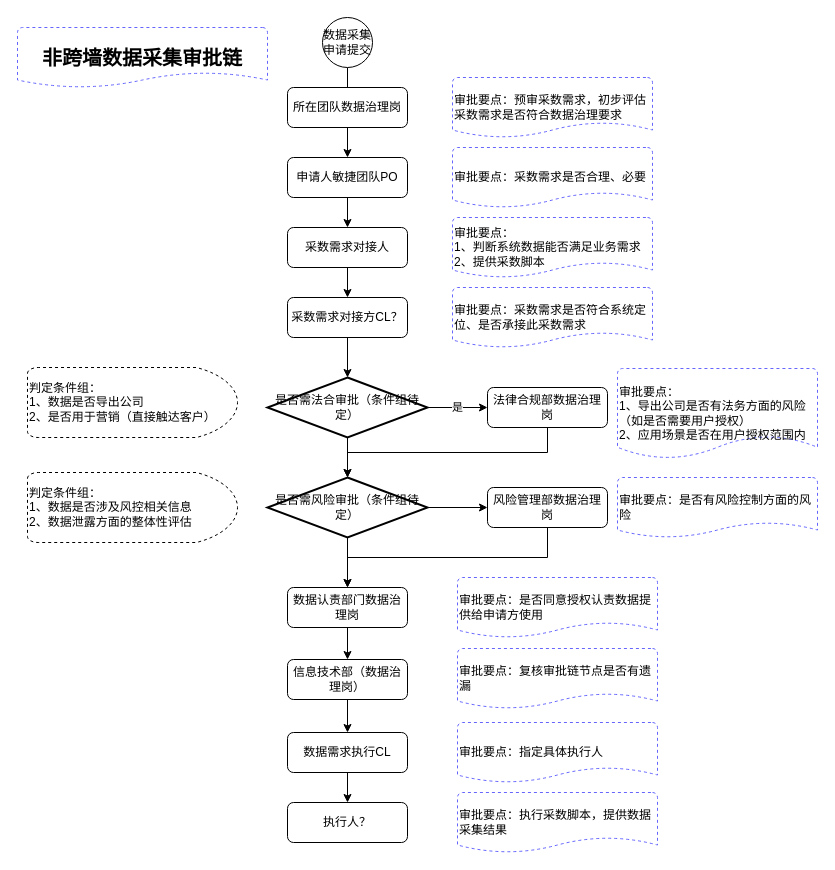
Before: 数据授权.drawio in sidonghua/wuziqi, a draw.io diagram. Source tidied: cells renumbered, new cells numbered last; positions are measured from the earlier drawing's top-left corner, leaving out a move shared by most shapes. Both pictures are drawn from the tidied source at 100%, with x=0, y=0 at pixel (17, 17).
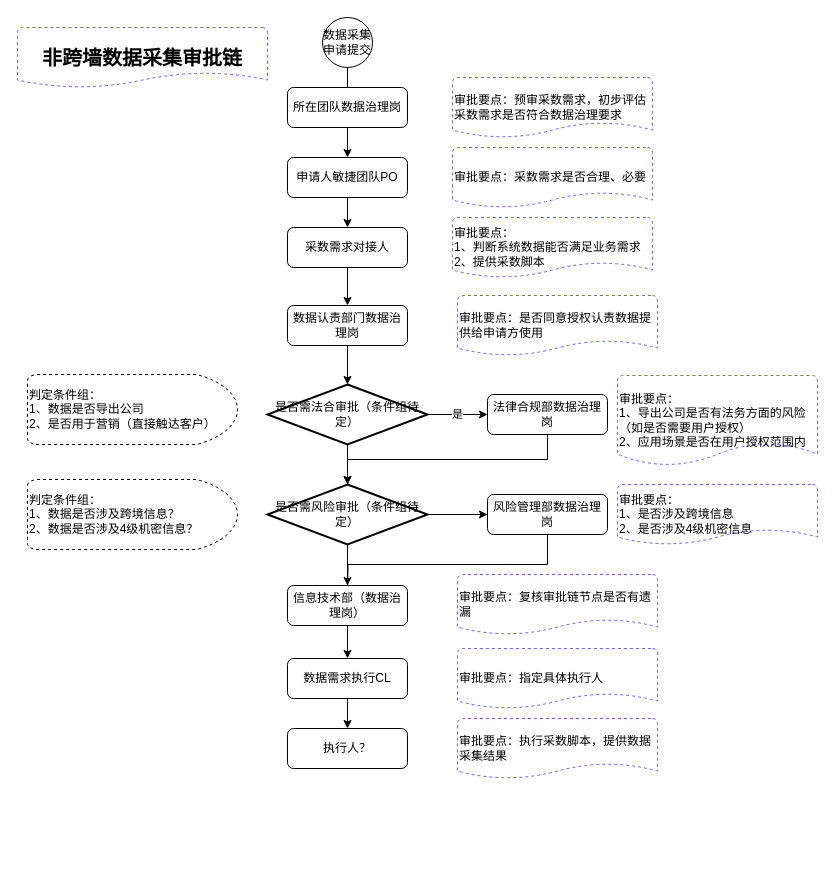
After the change.

Unchanged cells that the change refers to:
```xml
<mxCell id="5" value="&lt;span&gt;采数需求对接人&lt;/span&gt;" style="rounded=1;whiteSpace=wrap;html=1;" parent="1" vertex="1">
  <mxGeometry x="270" y="210" width="120" height="40" as="geometry" />
</mxCell>
```

Diff of the diagram source:
```diff
@@
-    <mxCell id="4" style="edgeStyle=orthogonalEdgeStyle;rounded=0;jettySize=auto;html=1;exitX=0.5;exitY=1;exitDx=0;exitDy=0;entryX=0.5;entryY=0;entryDx=0;entryDy=0;" parent="1" edge="1" source="5" target="7">
-      <mxGeometry relative="1" as="geometry" />
-    </mxCell>
+    <mxCell id="41" style="edgeStyle=orthogonalEdgeStyle;rounded=0;jettySize=auto;html=1;exitX=0.5;exitY=1;exitDx=0;exitDy=0;entryX=0.5;entryY=0;entryDx=0;entryDy=0;" parent="1" edge="1" source="5" target="29">
+      <mxGeometry relative="1" as="geometry" />
+    </mxCell>
@@
-    <mxCell id="6" style="edgeStyle=orthogonalEdgeStyle;rounded=0;jettySize=auto;html=1;entryX=0.5;entryY=0;entryDx=0;entryDy=0;entryPerimeter=0;" parent="1" edge="1" source="7" target="18">
-      <mxGeometry relative="1" as="geometry" />
-    </mxCell>
-    <mxCell id="7" value="采数需求对接方CL？" style="rounded=1;whiteSpace=wrap;html=1;" parent="1" vertex="1">
-      <mxGeometry x="270" y="280" width="120" height="40" as="geometry" />
-    </mxCell>
@@
-    <mxCell id="12" value="审批要点：采数需求是否符合系统定位、是否承接此采数需求" style="strokeWidth=1;html=1;shape=mxgraph.flowchart.document2;whiteSpace=wrap;size=0.25;strokeColor=#6666FF;align=left;dashed=1;" parent="1" vertex="1">
-      <mxGeometry x="435" y="270" width="200" height="60" as="geometry" />
-    </mxCell>
@@
     <mxCell id="14" value="法律合规部数据治理岗" style="rounded=1;whiteSpace=wrap;html=1;" parent="1" vertex="1">
-      <mxGeometry x="470" y="370" width="120" height="40" as="geometry" />
+      <mxGeometry x="470" y="377" width="120" height="40" as="geometry" />
     </mxCell>
     <mxCell id="15" value="审批要点：&lt;br&gt;1、导出公司是否有法务方面的风险（如是否需要用户授权）&lt;br&gt;2、应用场景是否在用户授权范围内" style="strokeWidth=1;html=1;shape=mxgraph.flowchart.document2;whiteSpace=wrap;size=0.25;strokeColor=#6666FF;align=left;dashed=1;" parent="1" vertex="1">
-      <mxGeometry x="600" y="351" width="200" height="90" as="geometry" />
+      <mxGeometry x="600" y="358" width="200" height="90" as="geometry" />
     </mxCell>
@@
     <mxCell id="18" value="是否需法合审批（条件组待定）" style="strokeWidth=2;html=1;shape=mxgraph.flowchart.decision;whiteSpace=wrap;" parent="1" vertex="1">
-      <mxGeometry x="250" y="360" width="160" height="60" as="geometry" />
+      <mxGeometry x="250" y="367" width="160" height="60" as="geometry" />
     </mxCell>
-    <mxCell id="19" value="审批要点：是否有风险控制方面的风险" style="strokeWidth=1;html=1;shape=mxgraph.flowchart.document2;whiteSpace=wrap;size=0.25;strokeColor=#6666FF;align=left;dashed=1;" parent="1" vertex="1">
-      <mxGeometry x="600" y="460" width="200" height="60" as="geometry" />
+    <mxCell id="19" value="审批要点：&lt;br&gt;1、是否涉及跨境信息&lt;br&gt;2、是否涉及4级机密信息" style="strokeWidth=1;html=1;shape=mxgraph.flowchart.document2;whiteSpace=wrap;size=0.25;strokeColor=#6666FF;align=left;dashed=1;" parent="1" vertex="1">
+      <mxGeometry x="600" y="467" width="200" height="60" as="geometry" />
     </mxCell>
-    <mxCell id="20" style="edgeStyle=orthogonalEdgeStyle;rounded=0;jettySize=auto;html=1;exitX=0.5;exitY=1;exitDx=0;exitDy=0;entryX=0.5;entryY=0;entryDx=0;entryDy=0;" parent="1" edge="1" source="21" target="29">
-      <mxGeometry relative="1" as="geometry" />
-    </mxCell>
+    <mxCell id="42" style="edgeStyle=orthogonalEdgeStyle;rounded=0;jettySize=auto;html=1;exitX=0.5;exitY=1;exitDx=0;exitDy=0;" parent="1" edge="1" source="21">
+      <mxGeometry relative="1" as="geometry">
+        <mxPoint x="330" y="577" as="targetPoint" />
+      </mxGeometry>
+    </mxCell>
     <mxCell id="21" value="风险管理部数据治理岗" style="rounded=1;whiteSpace=wrap;html=1;" parent="1" vertex="1">
-      <mxGeometry x="470" y="470" width="120" height="40" as="geometry" />
+      <mxGeometry x="470" y="477" width="120" height="40" as="geometry" />
     </mxCell>
@@
     <mxCell id="23" value="信息技术部（数据治理岗）" style="rounded=1;whiteSpace=wrap;html=1;" parent="1" vertex="1">
-      <mxGeometry x="270" y="642" width="120" height="40" as="geometry" />
+      <mxGeometry x="270" y="568" width="120" height="40" as="geometry" />
     </mxCell>
     <mxCell id="24" value="审批要点：是否同意授权认责数据提供给申请方使用" style="strokeWidth=1;html=1;shape=mxgraph.flowchart.document2;whiteSpace=wrap;size=0.25;strokeColor=#6666FF;align=left;dashed=1;" parent="1" vertex="1">
-      <mxGeometry x="440" y="560" width="200" height="60" as="geometry" />
+      <mxGeometry x="440" y="278" width="200" height="60" as="geometry" />
     </mxCell>
@@
-    <mxCell id="26" style="edgeStyle=orthogonalEdgeStyle;rounded=0;jettySize=auto;html=1;entryX=0.5;entryY=0;entryDx=0;entryDy=0;" parent="1" edge="1" source="27" target="29">
-      <mxGeometry relative="1" as="geometry" />
-    </mxCell>
+    <mxCell id="43" style="edgeStyle=orthogonalEdgeStyle;rounded=0;jettySize=auto;html=1;exitX=0.5;exitY=1;exitDx=0;exitDy=0;exitPerimeter=0;entryX=0.5;entryY=0;entryDx=0;entryDy=0;" parent="1" edge="1" source="27" target="23">
+      <mxGeometry relative="1" as="geometry" />
+    </mxCell>
     <mxCell id="27" value="是否需风险审批（条件组待定）" style="strokeWidth=2;html=1;shape=mxgraph.flowchart.decision;whiteSpace=wrap;" parent="1" vertex="1">
-      <mxGeometry x="250" y="460" width="160" height="60" as="geometry" />
+      <mxGeometry x="250" y="467" width="160" height="60" as="geometry" />
     </mxCell>
-    <mxCell id="28" style="edgeStyle=orthogonalEdgeStyle;rounded=0;jettySize=auto;html=1;" parent="1" edge="1" source="29" target="23">
-      <mxGeometry relative="1" as="geometry" />
-    </mxCell>
+    <mxCell id="44" style="edgeStyle=orthogonalEdgeStyle;rounded=0;jettySize=auto;html=1;exitX=0.5;exitY=1;exitDx=0;exitDy=0;entryX=0.5;entryY=0;entryDx=0;entryDy=0;entryPerimeter=0;" parent="1" edge="1" source="29" target="18">
+      <mxGeometry relative="1" as="geometry" />
+    </mxCell>
     <mxCell id="29" value="数据认责部门数据治理岗" style="rounded=1;whiteSpace=wrap;html=1;" parent="1" vertex="1">
-      <mxGeometry x="270" y="570" width="120" height="40" as="geometry" />
+      <mxGeometry x="270" y="288" width="120" height="40" as="geometry" />
     </mxCell>
     <mxCell id="30" value="审批要点：复核审批链节点是否有遗漏" style="strokeWidth=1;html=1;shape=mxgraph.flowchart.document2;whiteSpace=wrap;size=0.25;strokeColor=#6666FF;align=left;dashed=1;" parent="1" vertex="1">
-      <mxGeometry x="440" y="631" width="200" height="60" as="geometry" />
+      <mxGeometry x="440" y="557" width="200" height="60" as="geometry" />
     </mxCell>
     <mxCell id="31" value="判定条件组：&lt;br&gt;1、数据是否导出公司&lt;br&gt;2、是否用于营销（直接触达客户）" style="strokeWidth=1;html=1;shape=mxgraph.flowchart.delay;whiteSpace=wrap;dashed=1;align=left;" parent="1" vertex="1">
-      <mxGeometry x="10" y="350" width="210" height="70" as="geometry" />
+      <mxGeometry x="10" y="357" width="210" height="70" as="geometry" />
     </mxCell>
-    <mxCell id="32" value="判定条件组：&lt;br&gt;1、数据是否涉及风控相关信息&lt;br&gt;2、数据泄露方面的整体性评估" style="strokeWidth=1;html=1;shape=mxgraph.flowchart.delay;whiteSpace=wrap;dashed=1;align=left;" parent="1" vertex="1">
-      <mxGeometry x="10" y="455" width="210" height="70" as="geometry" />
+    <mxCell id="32" value="判定条件组：&lt;br&gt;1、数据是否涉及跨境信息？&lt;br&gt;2、数据是否涉及4级机密信息？" style="strokeWidth=1;html=1;shape=mxgraph.flowchart.delay;whiteSpace=wrap;dashed=1;align=left;" parent="1" vertex="1">
+      <mxGeometry x="10" y="462" width="210" height="70" as="geometry" />
     </mxCell>
@@
     <mxCell id="35" value="执行人？" style="rounded=1;whiteSpace=wrap;html=1;" parent="1" vertex="1">
-      <mxGeometry x="270" y="785" width="120" height="40" as="geometry" />
+      <mxGeometry x="270" y="711" width="120" height="40" as="geometry" />
     </mxCell>
@@
     <mxCell id="37" value="数据需求执行CL" style="rounded=1;whiteSpace=wrap;html=1;" parent="1" vertex="1">
-      <mxGeometry x="270" y="715" width="120" height="40" as="geometry" />
+      <mxGeometry x="270" y="641" width="120" height="40" as="geometry" />
     </mxCell>
@@
     <mxCell id="39" value="审批要点：执行采数脚本，提供数据采集结果" style="strokeWidth=1;html=1;shape=mxgraph.flowchart.document2;whiteSpace=wrap;size=0.25;strokeColor=#6666FF;align=left;dashed=1;" parent="1" vertex="1">
-      <mxGeometry x="440" y="775" width="200" height="60" as="geometry" />
+      <mxGeometry x="440" y="701" width="200" height="60" as="geometry" />
     </mxCell>
     <mxCell id="40" value="审批要点：指定具体执行人" style="strokeWidth=1;html=1;shape=mxgraph.flowchart.document2;whiteSpace=wrap;size=0.25;strokeColor=#6666FF;align=left;dashed=1;" parent="1" vertex="1">
-      <mxGeometry x="440" y="705" width="200" height="60" as="geometry" />
+      <mxGeometry x="440" y="631" width="200" height="60" as="geometry" />
     </mxCell>
```
